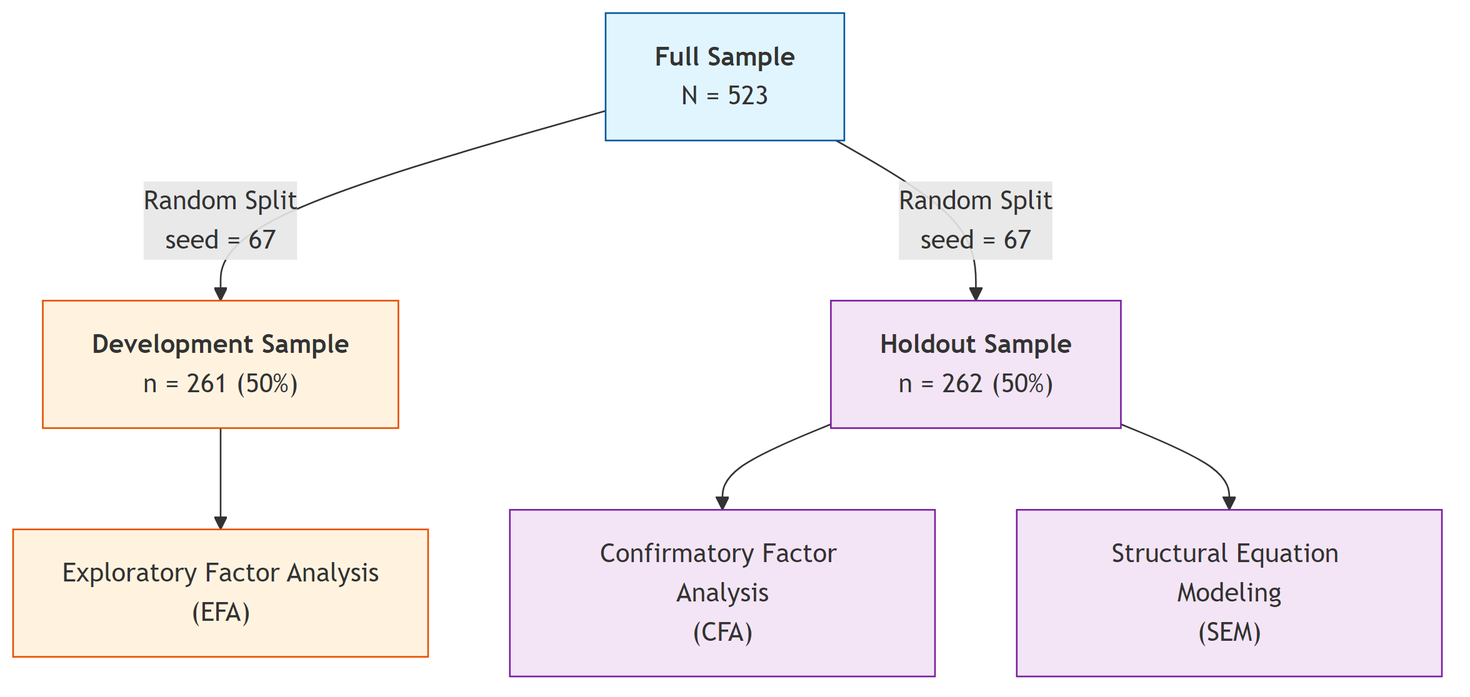
This is thesis-v2/output/mermaid/03_methodology_diagram_1.png from fabioc-aloha/AIRS_Data_Analysis, a Mermaid export, as it was before one commit. Its source is kept beside it as thesis-v2/output/mermaid/03_methodology_diagram_1.mmd. Source of this version:
```mermaid
flowchart TD
    A["<b>Full Sample</b><br/>N = 523"] -->|Random Split<br/>seed = 67| B["<b>Development Sample</b><br/>n = 261 (50%)"]
    A -->|Random Split<br/>seed = 67| C["<b>Holdout Sample</b><br/>n = 262 (50%)"]
    B --> D["Exploratory Factor Analysis<br/>(EFA)"]
    C --> E["Confirmatory Factor Analysis<br/>(CFA)"]
    C --> F["Structural Equation Modeling<br/>(SEM)"]

    style A fill:#e1f5fe,stroke:#01579b
    style B fill:#fff3e0,stroke:#e65100
    style C fill:#f3e5f5,stroke:#7b1fa2
    style D fill:#fff3e0,stroke:#e65100
    style E fill:#f3e5f5,stroke:#7b1fa2
    style F fill:#f3e5f5,stroke:#7b1fa2
```
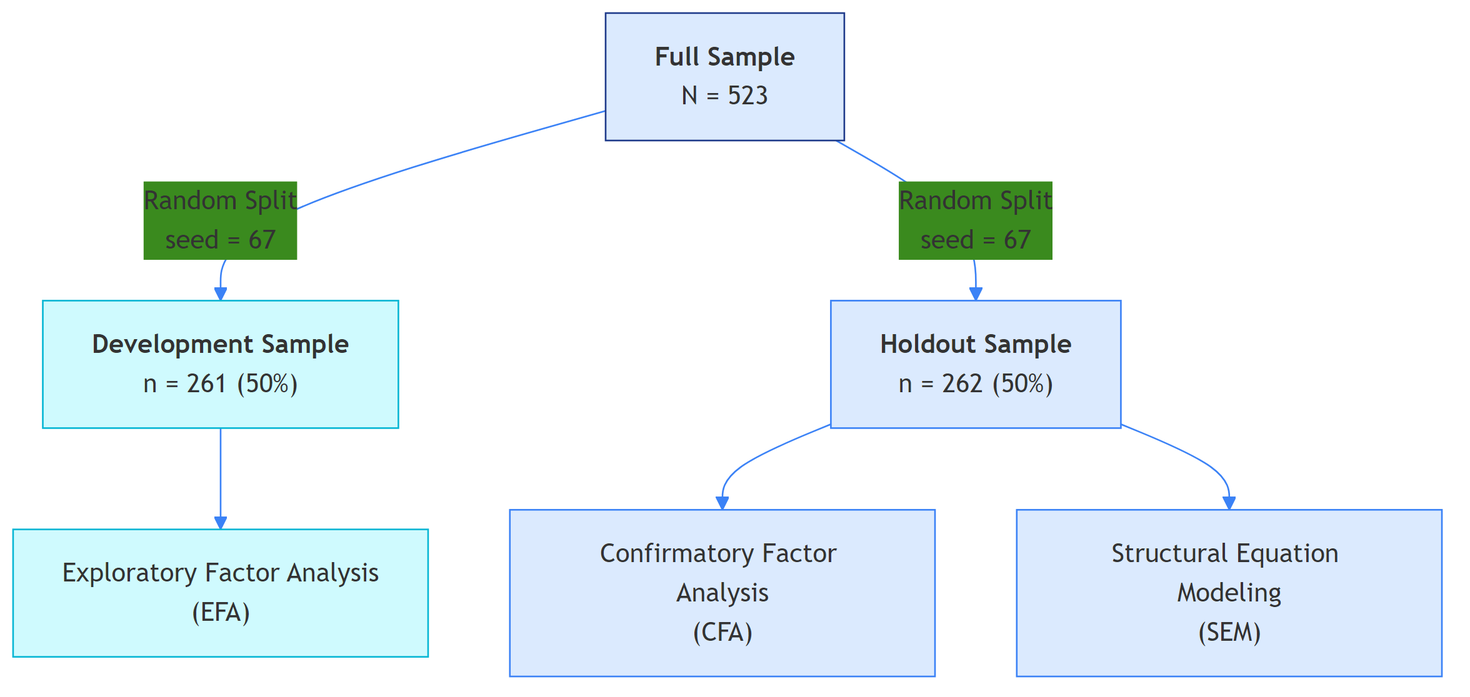
After the commit.

Change to the diagram source:
```diff
@@ -1,3 +1,4 @@
+%%{init: {'theme': 'base', 'themeVariables': {'primaryColor': '#1e3a8a', 'lineColor': '#3b82f6'}}}%%
 flowchart TD
     A["<b>Full Sample</b><br/>N = 523"] -->|Random Split<br/>seed = 67| B["<b>Development Sample</b><br/>n = 261 (50%)"]
     A -->|Random Split<br/>seed = 67| C["<b>Holdout Sample</b><br/>n = 262 (50%)"]
@@ -5,9 +6,9 @@
     C --> E["Confirmatory Factor Analysis<br/>(CFA)"]
     C --> F["Structural Equation Modeling<br/>(SEM)"]
 
-    style A fill:#e1f5fe,stroke:#01579b
-    style B fill:#fff3e0,stroke:#e65100
-    style C fill:#f3e5f5,stroke:#7b1fa2
-    style D fill:#fff3e0,stroke:#e65100
-    style E fill:#f3e5f5,stroke:#7b1fa2
-    style F fill:#f3e5f5,stroke:#7b1fa2
+    style A fill:#dbeafe,stroke:#1e3a8a
+    style B fill:#cffafe,stroke:#06b6d4
+    style C fill:#dbeafe,stroke:#3b82f6
+    style D fill:#cffafe,stroke:#06b6d4
+    style E fill:#dbeafe,stroke:#3b82f6
+    style F fill:#dbeafe,stroke:#3b82f6
```
